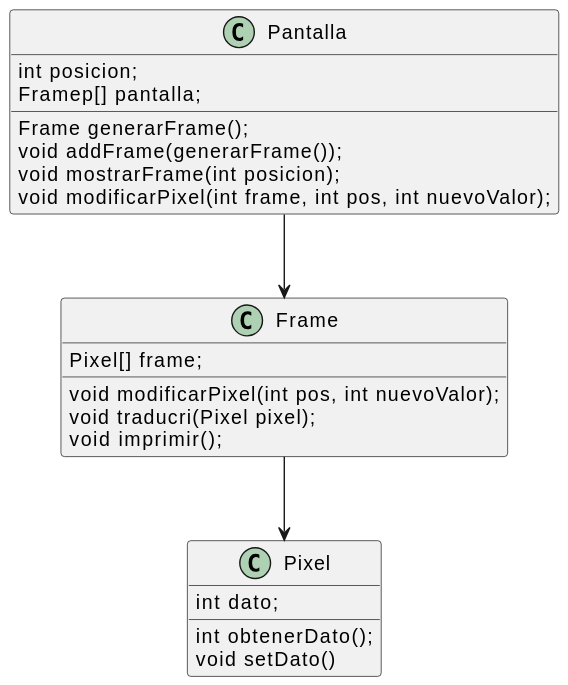
This is entregas/celayaIker/Ejercicio1/diagrama.svg from mmasias/24-25-EDA2, a PlantUML export, as it was before one commit. The source it was exported from:
```plantuml
@startuml
class Pixel{
  int dato;
  int obtenerDato();
  void setDato()
}

class Frame{
  Pixel[] frame;
  void modificarPixel(int pos, int nuevoValor);
  void traducri(Pixel pixel);
  void imprimir();
}

class Pantalla{
  int posicion;
  Framep[] pantalla;
  Frame generarFrame();
  void addFrame(generarFrame());
  void mostrarFrame(int posicion);
  void modificarPixel(int frame, int pos, int nuevoValor);
}

Frame --> Pixel
Pantalla --> Frame
@enduml
```
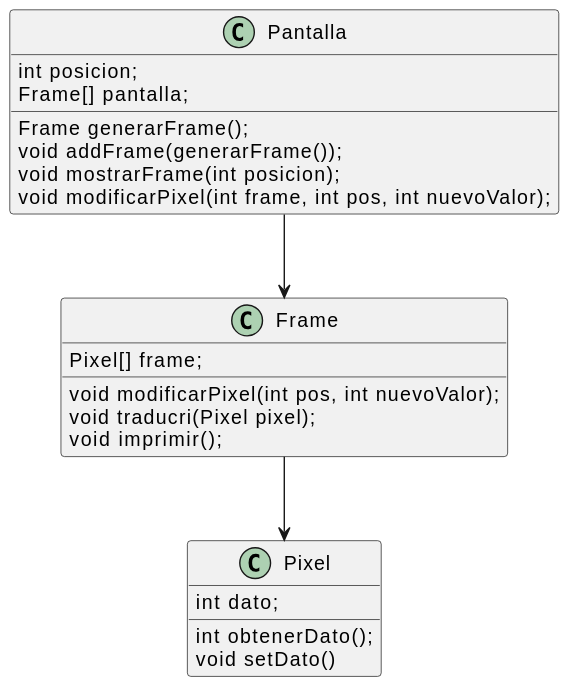
The same diagram one commit later.

What changed in the source:
```diff
@@ -14,7 +14,7 @@
 
 class Pantalla{
   int posicion;
-  Framep[] pantalla;
+  Frame[] pantalla;
   Frame generarFrame();
   void addFrame(generarFrame());
   void mostrarFrame(int posicion);
```
